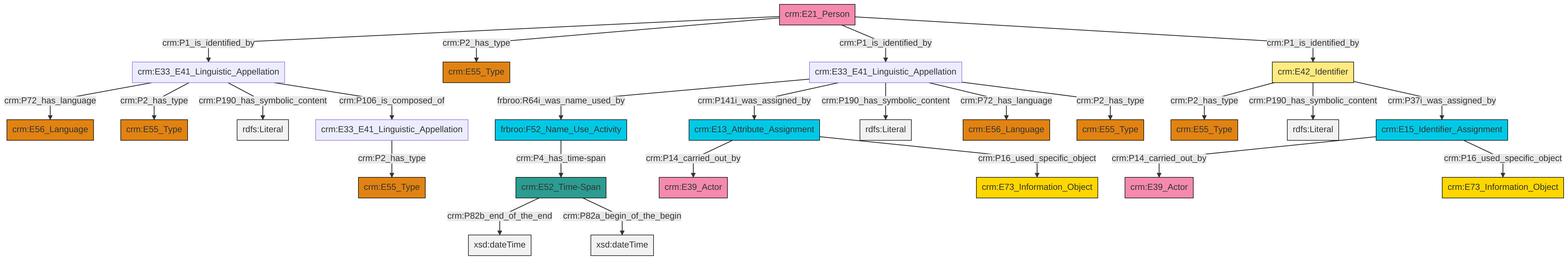
This is et/personCSV/ttl/mmd/png/Person_Names_and_Classification.png from swiss-art-research-net/reference-data-models, a Mermaid export, as it was before one commit. Its source is kept beside it as et/personCSV/ttl/mmd/Person_Names_and_Classification.ttl.mmd.
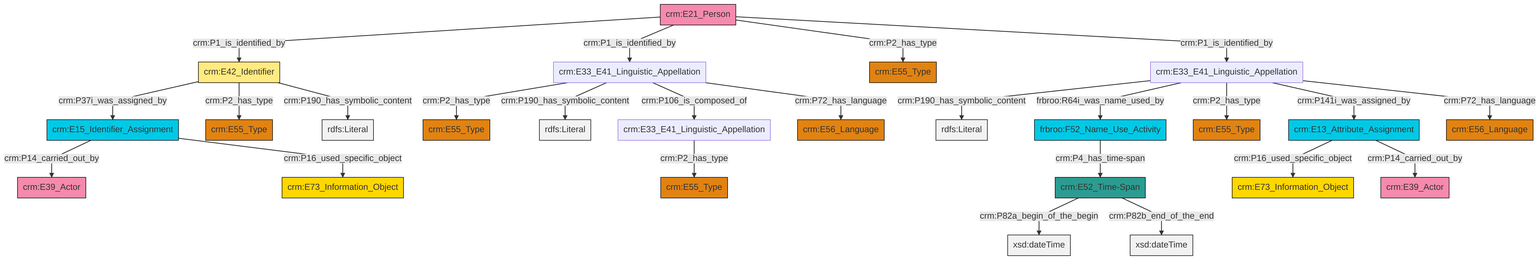
Above is the later version.

Change to the diagram source:
```diff
@@ -13,27 +13,27 @@
 classDef PC_Classes fill:#4ce600, stroke:#000000;
 classDef Multi fill:#cccccc,stroke:#000000;
 
-0["crm:E42_Identifier"]:::Appellation -->|crm:P2_has_type| 1["crm:E55_Type"]:::Type
-11["crm:E13_Attribute_Assignment"]:::Temporal_Entity -->|crm:P14_carried_out_by| 12["crm:E39_Actor"]:::Actor
-13["crm:E21_Person"]:::Actor -->|crm:P1_is_identified_by| 6["crm:E33_E41_Linguistic_Appellation"]:::Default
-13["crm:E21_Person"]:::Actor -->|crm:P2_has_type| 14["crm:E55_Type"]:::Type
-17["crm:E33_E41_Linguistic_Appellation"]:::Default -->|frbroo:R64i_was_name_used_by| 18["frbroo:F52_Name_Use_Activity"]:::Temporal_Entity
-25["crm:E52_Time-Span"]:::Time-Span -->|crm:P82b_end_of_the_end| 26[xsd:dateTime]:::Literal
-29["crm:E15_Identifier_Assignment"]:::Temporal_Entity -->|crm:P14_carried_out_by| 9["crm:E39_Actor"]:::Actor
-6["crm:E33_E41_Linguistic_Appellation"]:::Default -->|crm:P72_has_language| 23["crm:E56_Language"]:::Type
-11["crm:E13_Attribute_Assignment"]:::Temporal_Entity -->|crm:P16_used_specific_object| 31["crm:E73_Information_Object"]:::Conceptual_Object
-18["frbroo:F52_Name_Use_Activity"]:::Temporal_Entity -->|crm:P4_has_time-span| 25["crm:E52_Time-Span"]:::Time-Span
-17["crm:E33_E41_Linguistic_Appellation"]:::Default -->|crm:P141i_was_assigned_by| 11["crm:E13_Attribute_Assignment"]:::Temporal_Entity
-29["crm:E15_Identifier_Assignment"]:::Temporal_Entity -->|crm:P16_used_specific_object| 34["crm:E73_Information_Object"]:::Conceptual_Object
-6["crm:E33_E41_Linguistic_Appellation"]:::Default -->|crm:P2_has_type| 4["crm:E55_Type"]:::Type
-21["crm:E33_E41_Linguistic_Appellation"]:::Default -->|crm:P2_has_type| 19["crm:E55_Type"]:::Type
-17["crm:E33_E41_Linguistic_Appellation"]:::Default -->|crm:P190_has_symbolic_content| 39[rdfs:Literal]:::Literal
-6["crm:E33_E41_Linguistic_Appellation"]:::Default -->|crm:P190_has_symbolic_content| 41[rdfs:Literal]:::Literal
-25["crm:E52_Time-Span"]:::Time-Span -->|crm:P82a_begin_of_the_begin| 42[xsd:dateTime]:::Literal
-0["crm:E42_Identifier"]:::Appellation -->|crm:P190_has_symbolic_content| 43[rdfs:Literal]:::Literal
-6["crm:E33_E41_Linguistic_Appellation"]:::Default -->|crm:P106_is_composed_of| 21["crm:E33_E41_Linguistic_Appellation"]:::Default
-13["crm:E21_Person"]:::Actor -->|crm:P1_is_identified_by| 17["crm:E33_E41_Linguistic_Appellation"]:::Default
-17["crm:E33_E41_Linguistic_Appellation"]:::Default -->|crm:P72_has_language| 2["crm:E56_Language"]:::Type
-13["crm:E21_Person"]:::Actor -->|crm:P1_is_identified_by| 0["crm:E42_Identifier"]:::Appellation
-0["crm:E42_Identifier"]:::Appellation -->|crm:P37i_was_assigned_by| 29["crm:E15_Identifier_Assignment"]:::Temporal_Entity
-17["crm:E33_E41_Linguistic_Appellation"]:::Default -->|crm:P2_has_type| 27["crm:E55_Type"]:::Type
+0["crm:E13_Attribute_Assignment"]:::Temporal_Entity -->|crm:P16_used_specific_object| 1["crm:E73_Information_Object"]:::Conceptual_Object
+2["crm:E33_E41_Linguistic_Appellation"]:::Default -->|crm:P2_has_type| 3["crm:E55_Type"]:::Type
+2["crm:E33_E41_Linguistic_Appellation"]:::Default -->|crm:P190_has_symbolic_content| 4[rdfs:Literal]:::Literal
+10["crm:E21_Person"]:::Actor -->|crm:P1_is_identified_by| 11["crm:E42_Identifier"]:::Appellation
+10["crm:E21_Person"]:::Actor -->|crm:P1_is_identified_by| 2["crm:E33_E41_Linguistic_Appellation"]:::Default
+13["crm:E33_E41_Linguistic_Appellation"]:::Default -->|crm:P190_has_symbolic_content| 14[rdfs:Literal]:::Literal
+11["crm:E42_Identifier"]:::Appellation -->|crm:P37i_was_assigned_by| 15["crm:E15_Identifier_Assignment"]:::Temporal_Entity
+2["crm:E33_E41_Linguistic_Appellation"]:::Default -->|crm:P106_is_composed_of| 16["crm:E33_E41_Linguistic_Appellation"]:::Default
+19["crm:E52_Time-Span"]:::Time-Span -->|crm:P82a_begin_of_the_begin| 20[xsd:dateTime]:::Literal
+15["crm:E15_Identifier_Assignment"]:::Temporal_Entity -->|crm:P14_carried_out_by| 21["crm:E39_Actor"]:::Actor
+26["frbroo:F52_Name_Use_Activity"]:::Temporal_Entity -->|crm:P4_has_time-span| 19["crm:E52_Time-Span"]:::Time-Span
+11["crm:E42_Identifier"]:::Appellation -->|crm:P2_has_type| 28["crm:E55_Type"]:::Type
+16["crm:E33_E41_Linguistic_Appellation"]:::Default -->|crm:P2_has_type| 30["crm:E55_Type"]:::Type
+11["crm:E42_Identifier"]:::Appellation -->|crm:P190_has_symbolic_content| 34[rdfs:Literal]:::Literal
+13["crm:E33_E41_Linguistic_Appellation"]:::Default -->|frbroo:R64i_was_name_used_by| 26["frbroo:F52_Name_Use_Activity"]:::Temporal_Entity
+2["crm:E33_E41_Linguistic_Appellation"]:::Default -->|crm:P72_has_language| 37["crm:E56_Language"]:::Type
+15["crm:E15_Identifier_Assignment"]:::Temporal_Entity -->|crm:P16_used_specific_object| 24["crm:E73_Information_Object"]:::Conceptual_Object
+13["crm:E33_E41_Linguistic_Appellation"]:::Default -->|crm:P2_has_type| 8["crm:E55_Type"]:::Type
+10["crm:E21_Person"]:::Actor -->|crm:P2_has_type| 39["crm:E55_Type"]:::Type
+13["crm:E33_E41_Linguistic_Appellation"]:::Default -->|crm:P141i_was_assigned_by| 0["crm:E13_Attribute_Assignment"]:::Temporal_Entity
+19["crm:E52_Time-Span"]:::Time-Span -->|crm:P82b_end_of_the_end| 44[xsd:dateTime]:::Literal
+10["crm:E21_Person"]:::Actor -->|crm:P1_is_identified_by| 13["crm:E33_E41_Linguistic_Appellation"]:::Default
+13["crm:E33_E41_Linguistic_Appellation"]:::Default -->|crm:P72_has_language| 32["crm:E56_Language"]:::Type
+0["crm:E13_Attribute_Assignment"]:::Temporal_Entity -->|crm:P14_carried_out_by| 5["crm:E39_Actor"]:::Actor
```
